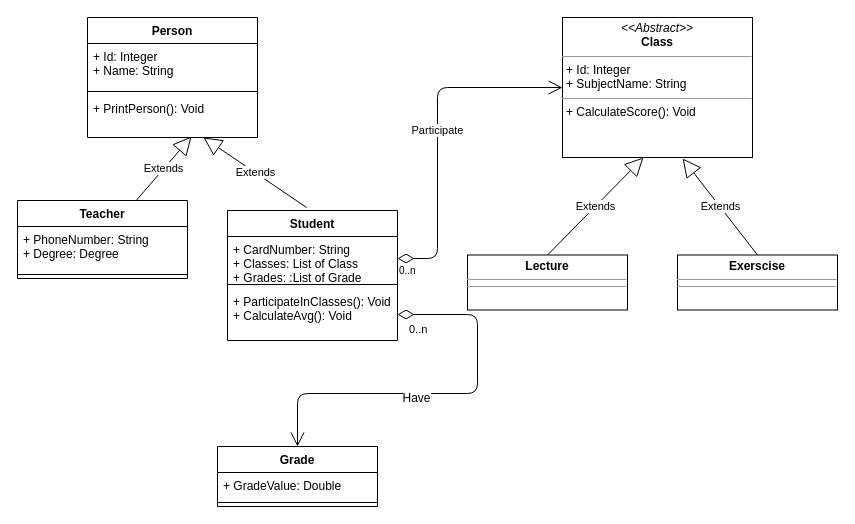
divident/school-object-db keeps this draw.io diagram as school_model.drawio. Above is the earlier version. Source tidied: cells renumbered, new cells numbered last; positions are measured from the earlier drawing's top-left corner, leaving out a move shared by most shapes. Both pictures are drawn from the tidied source at 100%, with x=0, y=0 at pixel (17, 17).
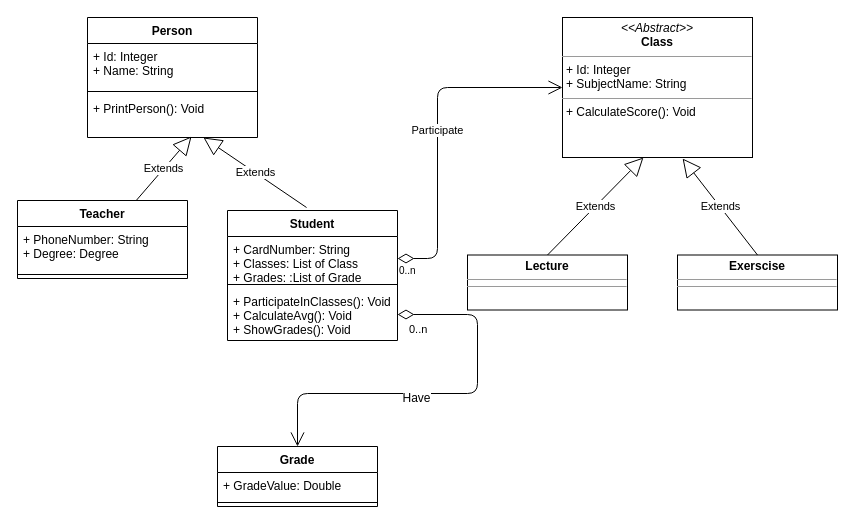
After the change.

Commit message (it also covers changes not shown here):
Add method ShowGrades in Student

Unchanged cells that the change refers to:
```xml
<mxCell id="6" value="Student" style="swimlane;fontStyle=1;align=center;verticalAlign=top;horizontal=1;startSize=26;" parent="1" vertex="1">
  <mxGeometry x="210" y="193" width="170" height="130" as="geometry" />
</mxCell>
```

The edit, as a diff of the source:
```diff
@@
-    <mxCell id="9" value="+ ParticipateInClasses(): Void&#10;+ CalculateAvg(): Void&#10;" style="text;strokeColor=none;fillColor=none;align=left;verticalAlign=top;spacingLeft=4;spacingRight=4;overflow=hidden;points=[[0,0.5],[1,0.5]];portConstraint=eastwest;" parent="6" vertex="1">
+    <mxCell id="9" value="+ ParticipateInClasses(): Void&#10;+ CalculateAvg(): Void&#10;+ ShowGrades(): Void&#10;" style="text;strokeColor=none;fillColor=none;align=left;verticalAlign=top;spacingLeft=4;spacingRight=4;overflow=hidden;points=[[0,0.5],[1,0.5]];portConstraint=eastwest;" parent="6" vertex="1">
       <mxGeometry y="78" width="170" height="52" as="geometry" />
     </mxCell>
```
